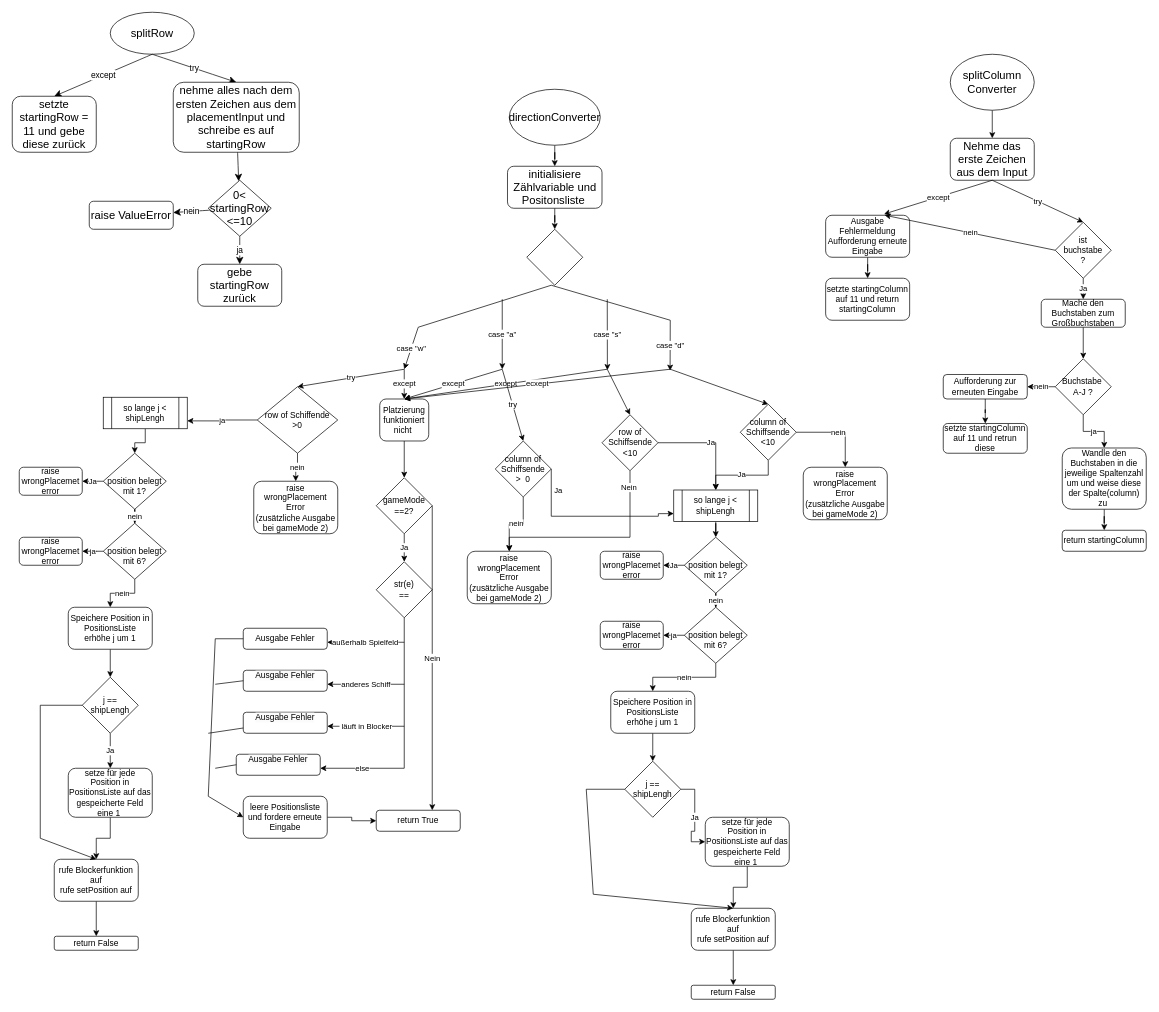
Above: converterfunctions.drawio in frederik-junk/Python_FleetBattle (draw.io), before the change. Source tidied: cells renumbered, new cells numbered last; positions are measured from the earlier drawing's top-left corner, leaving out a move shared by most shapes. Both pictures are drawn from the tidied source at 70%, with x=0, y=0 at pixel (12, 12).
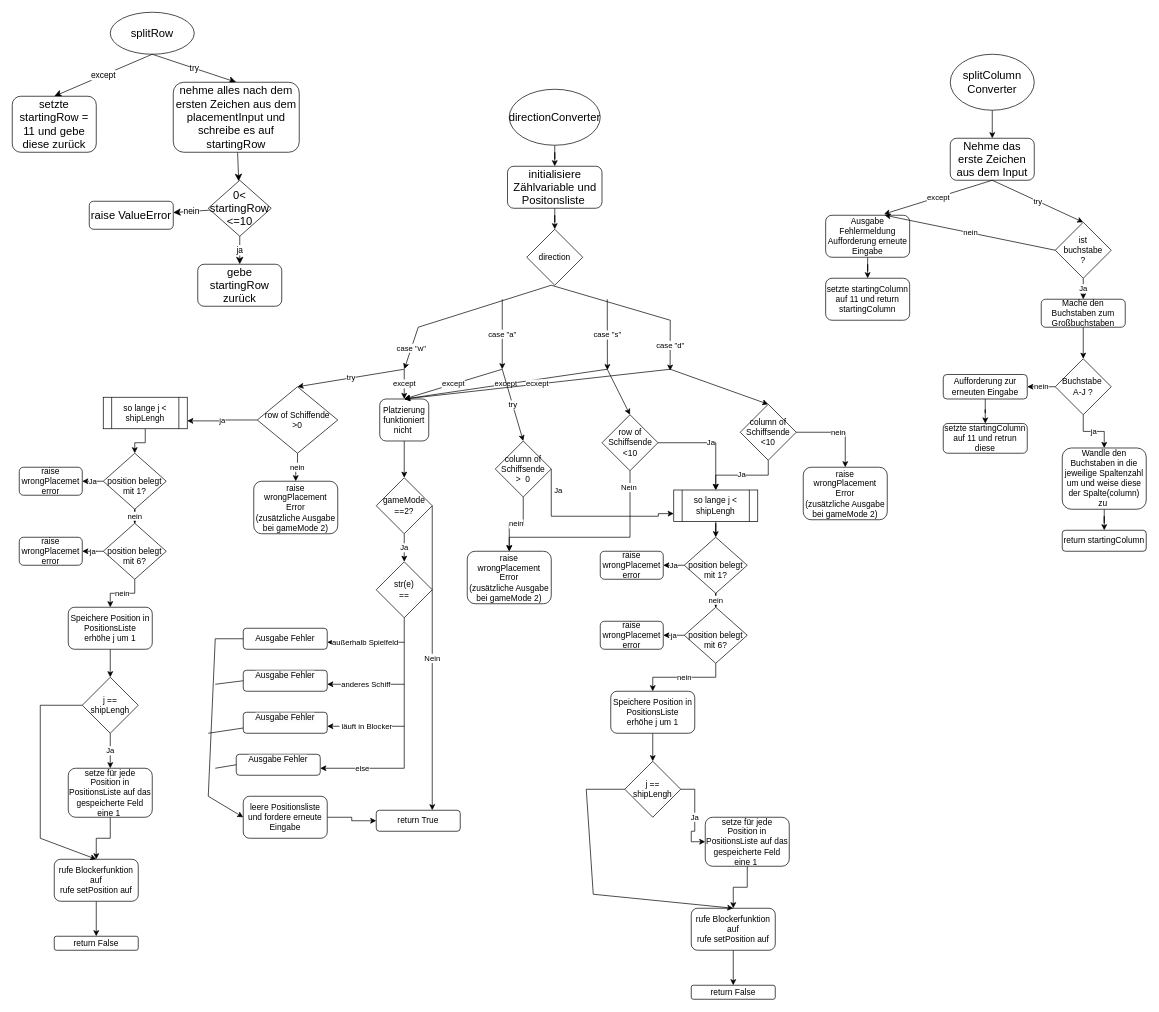
The same page after the edit.

Commit message (it also covers changes not shown here):
added memorymanager diagramm

Change to the diagram source:
```diff
@@
-    <mxCell id="19" style="rhombus;whiteSpace=wrap;html=1;" parent="1" vertex="1">
+    <mxCell id="19" value="direction" style="rhombus;whiteSpace=wrap;html=1;" parent="1" vertex="1">
       <mxGeometry x="735" y="310" width="80" height="80" as="geometry" />
     </mxCell>
```
